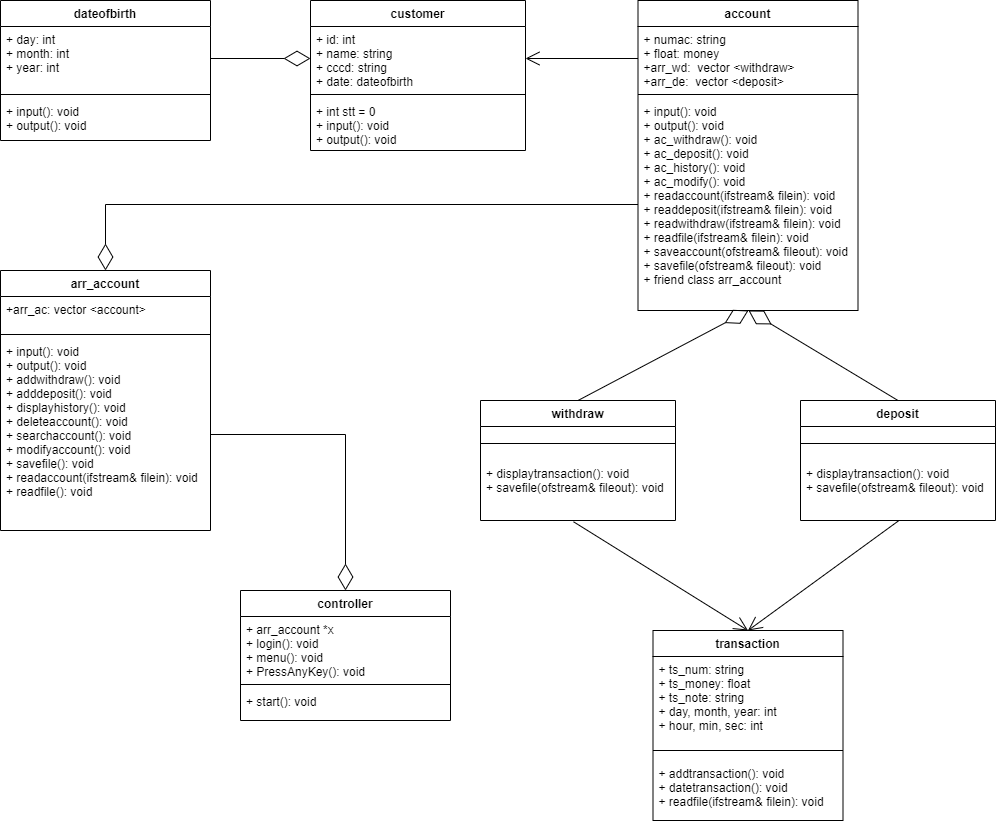
The draw.io diagram mo_hinh_lop.png in ngoctoan08/bank_management, before a commit. Source tidied: cells renumbered, new cells last; positions are measured from the earlier drawing's top-left corner, leaving out a move shared by most shapes.
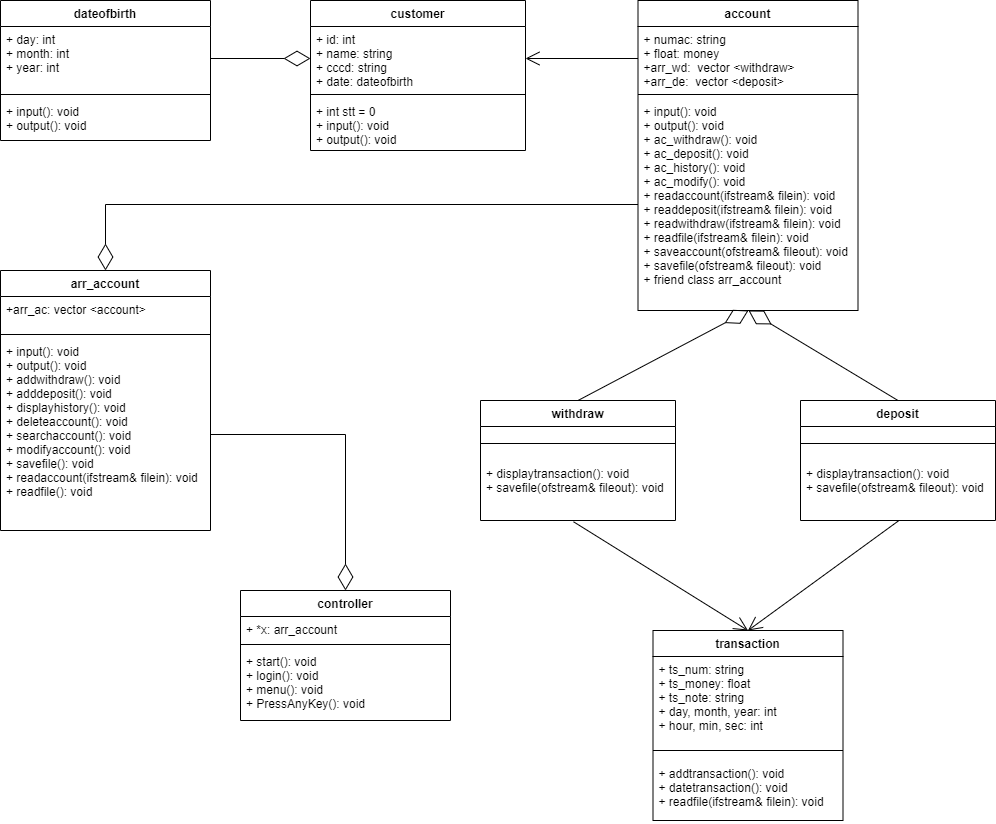
The same file after the commit.

Commit message:
mo hinh lop

Change to the diagram source:
```diff
@@ -111,14 +111,14 @@
     <mxCell id="36" value="controller" style="swimlane;fontStyle=1;align=center;verticalAlign=top;horizontal=1;startSize=26;" parent="1" vertex="1">
       <mxGeometry x="240" y="590" width="210" height="130" as="geometry" />
     </mxCell>
-    <mxCell id="37" value="+ arr_account *x&#10;+ login(): void&#10;+ menu(): void&#10;+ PressAnyKey(): void" style="text;strokeColor=none;fillColor=none;align=left;verticalAlign=top;spacingLeft=4;spacingRight=4;overflow=hidden;" parent="36" vertex="1">
-      <mxGeometry y="26" width="210" height="64" as="geometry" />
+    <mxCell id="37" value="+ *x: arr_account&#10;" style="text;strokeColor=none;fillColor=none;align=left;verticalAlign=top;spacingLeft=4;spacingRight=4;overflow=hidden;" parent="36" vertex="1">
+      <mxGeometry y="26" width="210" height="24" as="geometry" />
     </mxCell>
     <mxCell id="38" style="line;strokeWidth=1;fillColor=none;align=left;verticalAlign=middle;spacingTop=-1;spacingLeft=3;spacingRight=3;labelPosition=right;" parent="36" vertex="1">
-      <mxGeometry y="90" width="210" height="8" as="geometry" />
+      <mxGeometry y="50" width="210" height="8" as="geometry" />
     </mxCell>
-    <mxCell id="39" value="+ start(): void&#10;" style="text;strokeColor=none;fillColor=none;align=left;verticalAlign=top;spacingLeft=4;spacingRight=4;overflow=hidden;" parent="36" vertex="1">
-      <mxGeometry y="98" width="210" height="32" as="geometry" />
+    <mxCell id="39" value="+ start(): void&#10;+ login(): void&#10;+ menu(): void&#10;+ PressAnyKey(): void&#10;" style="text;strokeColor=none;fillColor=none;align=left;verticalAlign=top;spacingLeft=4;spacingRight=4;overflow=hidden;" parent="36" vertex="1">
+      <mxGeometry y="58" width="210" height="72" as="geometry" />
     </mxCell>
     <mxCell id="40" style="endArrow=diamondThin;endFill=0;endSize=24;html=1;rounded=0;exitX=1;exitY=0.5;exitDx=0;exitDy=0;entryX=0.5;entryY=0;entryDx=0;entryDy=0;edgeStyle=orthogonalEdgeStyle;" parent="1" edge="1" source="17" target="36">
       <mxGeometry relative="1" as="geometry" />
```
